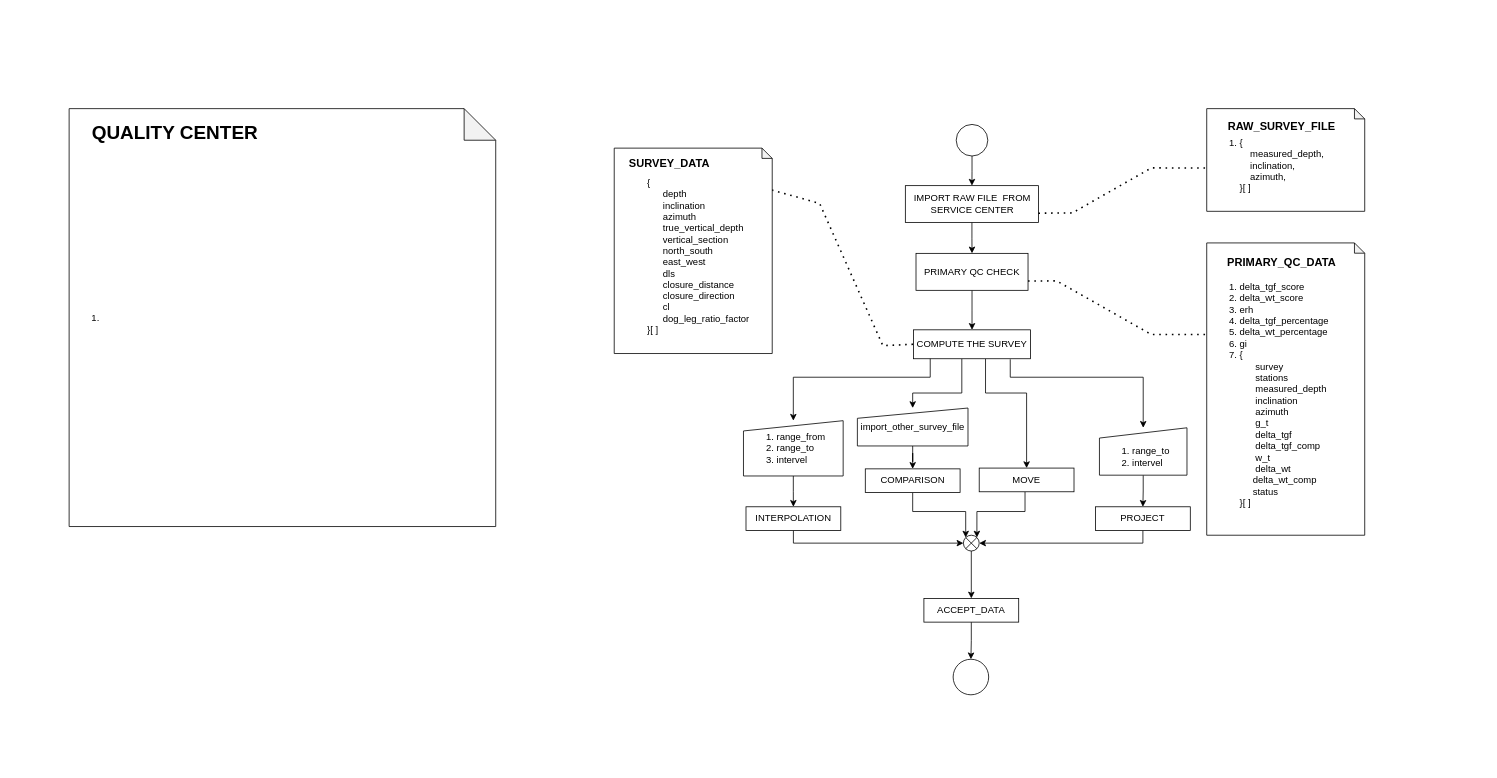
JK432/OneApp keeps this draw.io diagram as page "Page-3" (3 of 3) of reference_documents/work_flow/one_app_wf_02.drawio. Above is the earlier version. Source tidied: cells renumbered, new cells numbered last; positions are measured from the earlier drawing's top-left corner, leaving out a move shared by most shapes. Both pictures are drawn from the tidied source at 79%, with x=0, y=0 at pixel (69, 108).
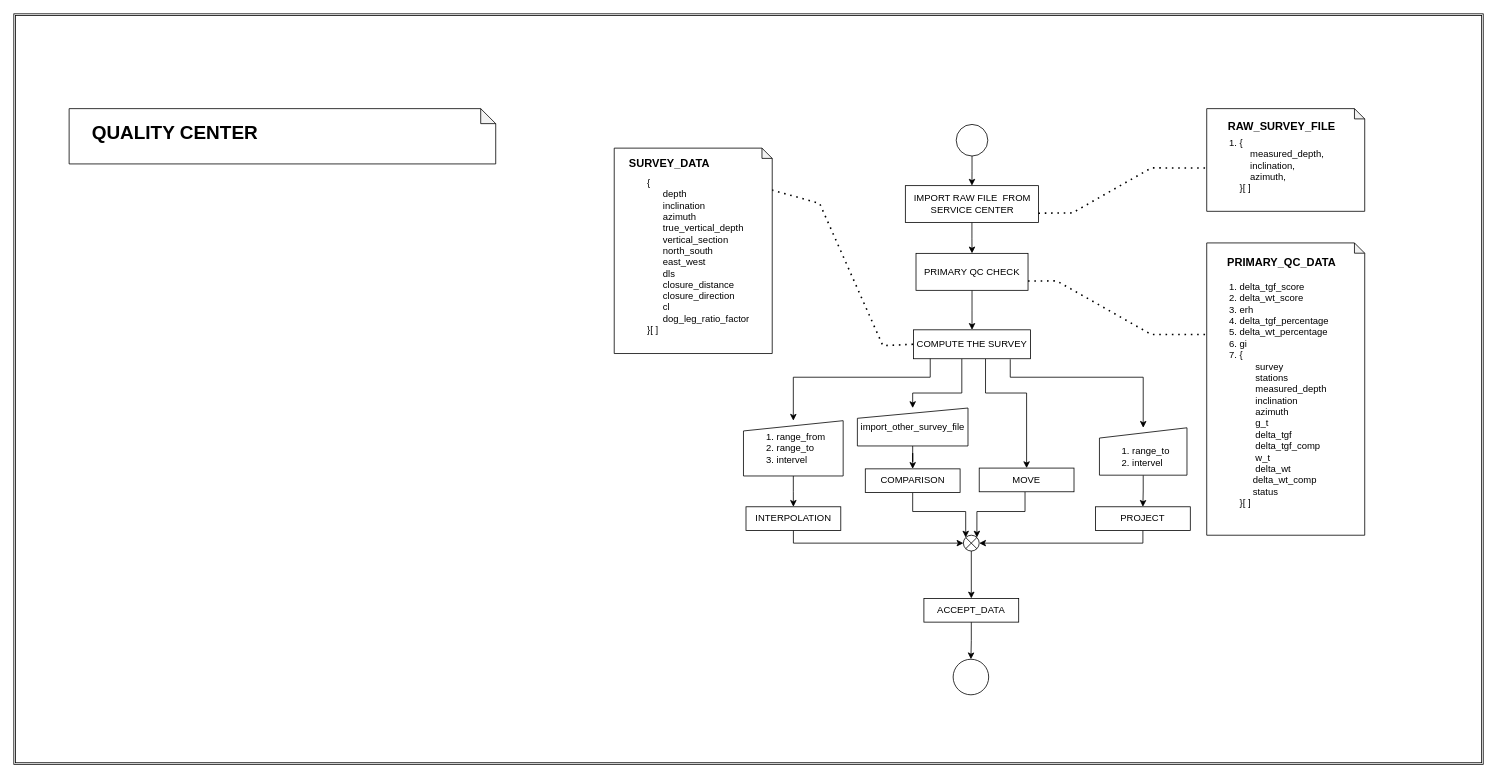
Above is the later version.

The change refers to these unchanged cells:
```xml
<mxCell id="2" style="group;" parent="1" vertex="1">
  <mxGeometry width="540" height="529" as="geometry" />
</mxCell>
```

What changed in the source:
```diff
@@
+    <mxCell id="45" style="shape=ext;double=1;rounded=0;whiteSpace=wrap;html=1;fillColor=light-dark(#FFFFFF,transparent);" parent="1" vertex="1">
+      <mxGeometry x="-70" y="-120" width="1860" height="950" as="geometry" />
+    </mxCell>
@@
-    <mxCell id="3" value="&lt;ol&gt;&lt;li&gt;&lt;br&gt;&lt;/li&gt;&lt;/ol&gt;" style="shape=note;whiteSpace=wrap;html=1;backgroundOutline=1;darkOpacity=0.05;size=40;align=left;" parent="2" vertex="1">
-      <mxGeometry width="540" height="529" as="geometry" />
+    <mxCell id="3" value="&lt;div&gt;&lt;br&gt;&lt;/div&gt;" style="shape=note;whiteSpace=wrap;html=1;backgroundOutline=1;darkOpacity=0.05;size=19;align=left;" parent="2" vertex="1">
+      <mxGeometry width="540" height="70" as="geometry" />
     </mxCell>
```
